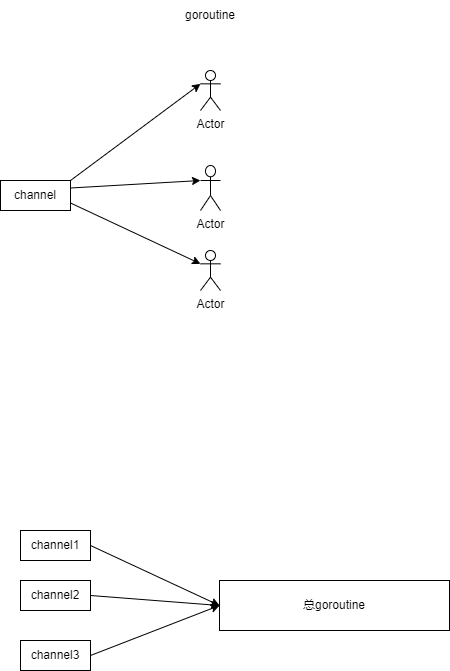
Before: goroutine扇入扇出.drawio.png, a diagram exported from draw.io (CodingFlashe/graph). Source tidied: cells renumbered, new cells last; positions are measured from the earlier drawing's top-left corner, leaving out a move shared by most shapes.
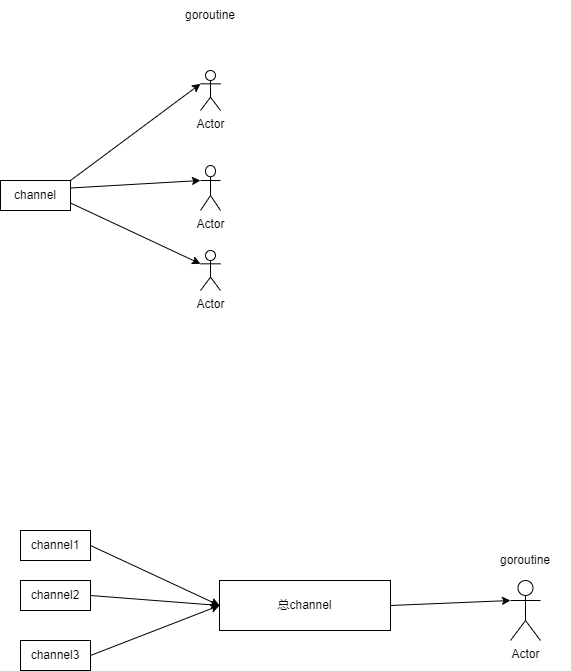
Later version of the same file.

What changed in the source:
```diff
@@ -37,8 +37,8 @@
     <mxCell id="12" value="channel3" style="rounded=0;whiteSpace=wrap;html=1;" parent="1" vertex="1">
       <mxGeometry x="20" y="640" width="70" height="30" as="geometry" />
     </mxCell>
-    <mxCell id="13" value="总goroutine" style="rounded=0;whiteSpace=wrap;html=1;" parent="1" vertex="1">
-      <mxGeometry x="219" y="580" width="230" height="50" as="geometry" />
+    <mxCell id="13" value="总channel" style="rounded=0;whiteSpace=wrap;html=1;" parent="1" vertex="1">
+      <mxGeometry x="219" y="580" width="171" height="50" as="geometry" />
     </mxCell>
     <mxCell id="14" style="endArrow=classic;html=1;rounded=0;exitX=1;exitY=0.5;exitDx=0;exitDy=0;entryX=0;entryY=0.5;entryDx=0;entryDy=0;" parent="1" edge="1" source="10" target="13">
       <mxGeometry relative="1" as="geometry" />
@@ -49,5 +49,14 @@
     <mxCell id="16" style="endArrow=classic;html=1;rounded=0;exitX=1;exitY=0.5;exitDx=0;exitDy=0;entryX=0;entryY=0.5;entryDx=0;entryDy=0;" parent="1" edge="1" source="12" target="13">
       <mxGeometry relative="1" as="geometry" />
     </mxCell>
+    <mxCell id="17" value="Actor" style="shape=umlActor;verticalLabelPosition=bottom;verticalAlign=top;html=1;outlineConnect=0;" parent="1" vertex="1">
+      <mxGeometry x="510" y="580" width="30" height="60" as="geometry" />
+    </mxCell>
+    <mxCell id="18" value="goroutine" style="text;html=1;strokeColor=none;fillColor=none;align=center;verticalAlign=middle;whiteSpace=wrap;rounded=0;" parent="1" vertex="1">
+      <mxGeometry x="480" y="540" width="90" height="40" as="geometry" />
+    </mxCell>
+    <mxCell id="19" style="endArrow=classic;html=1;rounded=0;exitX=1;exitY=0.5;exitDx=0;exitDy=0;entryX=0;entryY=0.3333333333333333;entryDx=0;entryDy=0;entryPerimeter=0;" parent="1" edge="1" source="13" target="17">
+      <mxGeometry relative="1" as="geometry" />
+    </mxCell>
   </root>
 </mxGraphModel>
```
